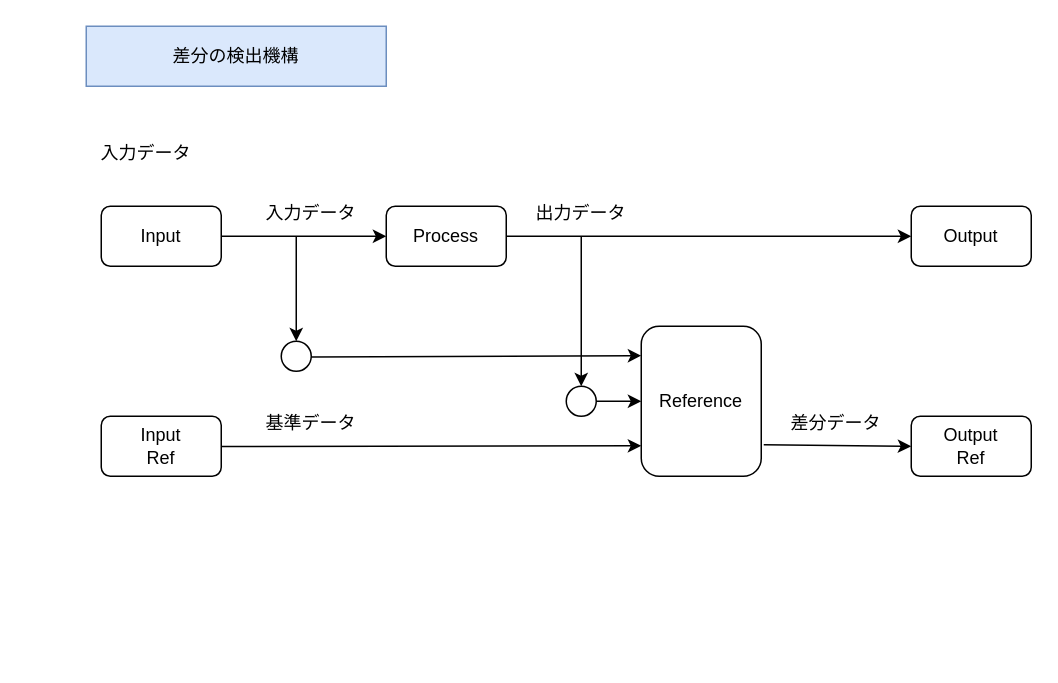
YossyIto/booklog_drowio keeps this draw.io diagram as qiita_differennce1.drawio. Above is the earlier version. Source tidied: cells renumbered, new cells numbered last; positions are measured from the earlier drawing's top-left corner, leaving out a move shared by most shapes. Both pictures are drawn from the tidied source at 150%, with x=0, y=0 at pixel (86, 26).
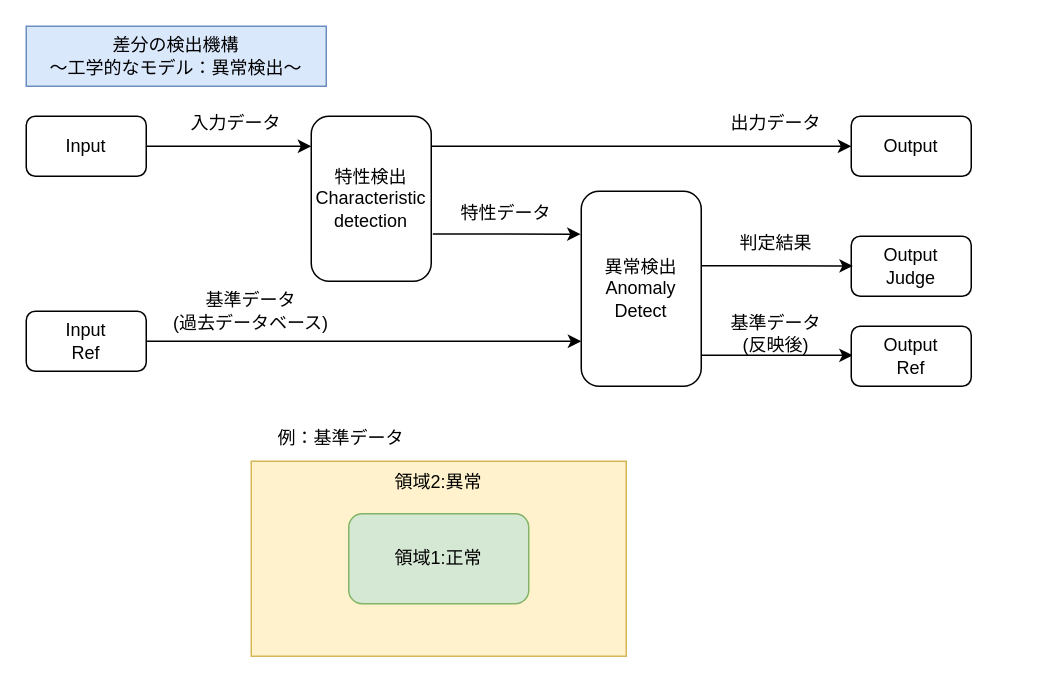
The same page after the edit.

Commit message:
qiita_differennce1.drawio を更新します

What changed in the source:
```diff
@@
-    <mxCell id="2" value="差分の検出機構" style="text;html=1;align=center;verticalAlign=middle;whiteSpace=wrap;rounded=0;fillColor=#dae8fc;strokeColor=#6c8ebf;" parent="1" vertex="1">
-      <mxGeometry width="200" height="40" as="geometry" />
+    <mxCell id="2" value="差分の検出機構&lt;div&gt;～&lt;span style=&quot;background-color: transparent; color: light-dark(rgb(0, 0, 0), rgb(255, 255, 255));&quot;&gt;工学的なモデル：異常検出～&lt;/span&gt;&lt;/div&gt;" style="text;html=1;align=center;verticalAlign=middle;whiteSpace=wrap;rounded=0;fillColor=#dae8fc;strokeColor=#6c8ebf;" parent="1" vertex="1">
+      <mxGeometry x="-40" width="200" height="40" as="geometry" />
     </mxCell>
     <mxCell id="3" value="Input" style="rounded=1;whiteSpace=wrap;html=1;" parent="1" vertex="1">
-      <mxGeometry x="10" y="120" width="80" height="40" as="geometry" />
+      <mxGeometry x="-40" y="60" width="80" height="40" as="geometry" />
     </mxCell>
     <mxCell id="4" value="Output" style="rounded=1;whiteSpace=wrap;html=1;" parent="1" vertex="1">
-      <mxGeometry x="550" y="120" width="80" height="40" as="geometry" />
+      <mxGeometry x="510" y="60" width="80" height="40" as="geometry" />
     </mxCell>
-    <mxCell id="5" value="Process" style="rounded=1;whiteSpace=wrap;html=1;" parent="1" vertex="1">
-      <mxGeometry x="200" y="120" width="80" height="40" as="geometry" />
+    <mxCell id="5" value="&lt;div&gt;特性検出&lt;/div&gt;&lt;div&gt;Characteristic detection&lt;/div&gt;" style="rounded=1;whiteSpace=wrap;html=1;" parent="1" vertex="1">
+      <mxGeometry x="150" y="60" width="80" height="110" as="geometry" />
     </mxCell>
-    <mxCell id="6" value="Reference" style="rounded=1;whiteSpace=wrap;html=1;" parent="1" vertex="1">
-      <mxGeometry x="370" y="200" width="80" height="100" as="geometry" />
+    <mxCell id="6" value="&lt;div&gt;異常検出&lt;/div&gt;Anomal&lt;span style=&quot;background-color: transparent; color: light-dark(rgb(0, 0, 0), rgb(255, 255, 255));&quot;&gt;y&lt;/span&gt;&lt;div&gt;&lt;div&gt;Detect&lt;/div&gt;&lt;/div&gt;" style="rounded=1;whiteSpace=wrap;html=1;" parent="1" vertex="1">
+      <mxGeometry x="330" y="110" width="80" height="130" as="geometry" />
     </mxCell>
-    <mxCell id="7" style="endArrow=classic;html=1;rounded=0;exitX=1;exitY=0.5;exitDx=0;exitDy=0;entryX=0;entryY=0.5;entryDx=0;entryDy=0;" parent="1" edge="1" source="3" target="5">
-      <mxGeometry relative="1" as="geometry" />
+    <mxCell id="7" style="endArrow=classic;html=1;rounded=0;exitX=1;exitY=0.5;exitDx=0;exitDy=0;" parent="1" edge="1" source="3">
+      <mxGeometry relative="1" as="geometry">
+        <mxPoint x="150" y="80" as="targetPoint" />
+      </mxGeometry>
     </mxCell>
-    <mxCell id="8" style="ellipse;whiteSpace=wrap;html=1;" parent="1" vertex="1">
-      <mxGeometry x="130" y="210" width="20" height="20" as="geometry" />
-    </mxCell>
-    <mxCell id="9" style="ellipse;whiteSpace=wrap;html=1;" parent="1" vertex="1">
-      <mxGeometry x="320" y="240" width="20" height="20" as="geometry" />
-    </mxCell>
-    <mxCell id="10" style="endArrow=classic;html=1;rounded=0;exitX=1;exitY=0.5;exitDx=0;exitDy=0;entryX=0;entryY=0.5;entryDx=0;entryDy=0;" parent="1" edge="1" source="5" target="4">
-      <mxGeometry relative="1" as="geometry" />
+    <mxCell id="10" style="endArrow=classic;html=1;rounded=0;entryX=0;entryY=0.5;entryDx=0;entryDy=0;" parent="1" edge="1" target="4">
+      <mxGeometry relative="1" as="geometry">
+        <mxPoint x="230" y="80" as="sourcePoint" />
+      </mxGeometry>
     </mxCell>
-    <mxCell id="11" style="endArrow=classic;html=1;rounded=0;entryX=0.5;entryY=0;entryDx=0;entryDy=0;" parent="1" edge="1" target="9">
-      <mxGeometry relative="1" as="geometry">
-        <mxPoint x="330" y="140" as="sourcePoint" />
-      </mxGeometry>
-    </mxCell>
-    <mxCell id="12" style="endArrow=classic;html=1;rounded=0;exitX=1;exitY=0.5;exitDx=0;exitDy=0;entryX=0;entryY=0.5;entryDx=0;entryDy=0;" parent="1" edge="1" source="9" target="6">
+    <mxCell id="12" style="endArrow=classic;html=1;rounded=0;entryX=-0.005;entryY=0.22;entryDx=0;entryDy=0;exitX=1.013;exitY=0.714;exitDx=0;exitDy=0;exitPerimeter=0;entryPerimeter=0;" parent="1" edge="1" source="5" target="6">
       <mxGeometry relative="1" as="geometry" />
     </mxCell>
-    <mxCell id="13" style="endArrow=classic;html=1;rounded=0;entryX=0.5;entryY=0;entryDx=0;entryDy=0;" parent="1" edge="1" target="8">
-      <mxGeometry relative="1" as="geometry">
-        <mxPoint x="140" y="140" as="sourcePoint" />
-      </mxGeometry>
-    </mxCell>
-    <mxCell id="14" style="endArrow=classic;html=1;rounded=0;exitX=1;exitY=0.5;exitDx=0;exitDy=0;entryX=0;entryY=0.196;entryDx=0;entryDy=0;entryPerimeter=0;" parent="1" edge="1" target="6">
-      <mxGeometry relative="1" as="geometry">
-        <mxPoint x="150" y="220.5" as="sourcePoint" />
-      </mxGeometry>
-    </mxCell>
     <mxCell id="15" value="入力データ" style="text;html=1;align=center;verticalAlign=middle;whiteSpace=wrap;rounded=0;" parent="1" vertex="1">
-      <mxGeometry x="110" y="110" width="80" height="30" as="geometry" />
+      <mxGeometry x="60" y="50" width="80" height="30" as="geometry" />
     </mxCell>
     <mxCell id="16" value="出力データ" style="text;html=1;align=center;verticalAlign=middle;whiteSpace=wrap;rounded=0;" parent="1" vertex="1">
-      <mxGeometry x="290" y="110" width="80" height="30" as="geometry" />
+      <mxGeometry x="420" y="50" width="80" height="30" as="geometry" />
     </mxCell>
-    <mxCell id="17" value="Output&lt;div&gt;Ref&lt;/div&gt;" style="rounded=1;whiteSpace=wrap;html=1;" parent="1" vertex="1">
-      <mxGeometry x="550" y="260" width="80" height="40" as="geometry" />
+    <mxCell id="17" value="Output&lt;div&gt;Judge&lt;/div&gt;" style="rounded=1;whiteSpace=wrap;html=1;" parent="1" vertex="1">
+      <mxGeometry x="510" y="140" width="80" height="40" as="geometry" />
     </mxCell>
-    <mxCell id="18" style="endArrow=classic;html=1;rounded=0;entryX=0;entryY=0.5;entryDx=0;entryDy=0;exitX=1.021;exitY=0.79;exitDx=0;exitDy=0;exitPerimeter=0;" parent="1" edge="1" source="6" target="17">
-      <mxGeometry relative="1" as="geometry" />
+    <mxCell id="18" style="endArrow=classic;html=1;rounded=0;entryX=0;entryY=0.5;entryDx=0;entryDy=0;exitX=0.986;exitY=0.299;exitDx=0;exitDy=0;exitPerimeter=0;" parent="1" edge="1">
+      <mxGeometry relative="1" as="geometry">
+        <mxPoint x="410" y="159.7" as="sourcePoint" />
+        <mxPoint x="511.1" y="159.8" as="targetPoint" />
+      </mxGeometry>
     </mxCell>
-    <mxCell id="19" value="差分データ" style="text;html=1;align=center;verticalAlign=middle;whiteSpace=wrap;rounded=0;" parent="1" vertex="1">
-      <mxGeometry x="460" y="250" width="80" height="30" as="geometry" />
+    <mxCell id="19" value="判定結果" style="text;html=1;align=center;verticalAlign=middle;whiteSpace=wrap;rounded=0;" parent="1" vertex="1">
+      <mxGeometry x="420" y="130" width="80" height="30" as="geometry" />
     </mxCell>
-    <mxCell id="20" value="入力データ" style="text;html=1;align=center;verticalAlign=middle;whiteSpace=wrap;rounded=0;" parent="1" vertex="1">
-      <mxGeometry y="70" width="80" height="30" as="geometry" />
-    </mxCell>
     <mxCell id="21" value="Input&lt;div&gt;Ref&lt;/div&gt;" style="rounded=1;whiteSpace=wrap;html=1;" parent="1" vertex="1">
-      <mxGeometry x="10" y="260" width="80" height="40" as="geometry" />
+      <mxGeometry x="-40" y="190" width="80" height="40" as="geometry" />
     </mxCell>
-    <mxCell id="22" style="endArrow=classic;html=1;rounded=0;exitX=1;exitY=0.5;exitDx=0;exitDy=0;entryX=0;entryY=0.797;entryDx=0;entryDy=0;entryPerimeter=0;" parent="1" edge="1" target="6">
+    <mxCell id="22" style="endArrow=classic;html=1;rounded=0;entryX=0;entryY=0.797;entryDx=0;entryDy=0;entryPerimeter=0;exitX=1;exitY=0.5;exitDx=0;exitDy=0;" parent="1" edge="1" source="21">
       <mxGeometry relative="1" as="geometry">
-        <mxPoint x="90" y="280.2" as="sourcePoint" />
+        <mxPoint x="330" y="210" as="targetPoint" />
       </mxGeometry>
     </mxCell>
-    <mxCell id="23" value="基準データ" style="text;html=1;align=center;verticalAlign=middle;whiteSpace=wrap;rounded=0;" parent="1" vertex="1">
-      <mxGeometry x="110" y="250" width="80" height="30" as="geometry" />
+    <mxCell id="23" value="基準データ&lt;div&gt;(過去データベース)&lt;/div&gt;" style="text;html=1;align=center;verticalAlign=middle;whiteSpace=wrap;rounded=0;" parent="1" vertex="1">
+      <mxGeometry x="50" y="170" width="120" height="40" as="geometry" />
     </mxCell>
+    <mxCell id="24" style="endArrow=classic;html=1;rounded=0;entryX=0;entryY=0.5;entryDx=0;entryDy=0;exitX=0.986;exitY=0.299;exitDx=0;exitDy=0;exitPerimeter=0;" parent="1" edge="1">
+      <mxGeometry relative="1" as="geometry">
+        <mxPoint x="410" y="219.4" as="sourcePoint" />
+        <mxPoint x="511" y="219.4" as="targetPoint" />
+      </mxGeometry>
+    </mxCell>
+    <mxCell id="25" value="Output&lt;div&gt;Ref&lt;/div&gt;" style="rounded=1;whiteSpace=wrap;html=1;" parent="1" vertex="1">
+      <mxGeometry x="510" y="200" width="80" height="40" as="geometry" />
+    </mxCell>
+    <mxCell id="26" value="基準データ&lt;div&gt;(反映後)&lt;/div&gt;" style="text;html=1;align=center;verticalAlign=middle;whiteSpace=wrap;rounded=0;" parent="1" vertex="1">
+      <mxGeometry x="420" y="190" width="80" height="30" as="geometry" />
+    </mxCell>
+    <mxCell id="27" value="領域2:異常" style="rounded=0;whiteSpace=wrap;html=1;fillColor=#fff2cc;strokeColor=#d6b656;verticalAlign=top;" parent="1" vertex="1">
+      <mxGeometry x="110" y="290" width="250" height="130" as="geometry" />
+    </mxCell>
+    <mxCell id="28" value="&lt;div&gt;領域1:&lt;span style=&quot;background-color: transparent; color: light-dark(rgb(0, 0, 0), rgb(255, 255, 255));&quot;&gt;正常&lt;/span&gt;&lt;/div&gt;" style="rounded=1;whiteSpace=wrap;html=1;fillColor=#d5e8d4;strokeColor=#82b366;" parent="1" vertex="1">
+      <mxGeometry x="175" y="325" width="120" height="60" as="geometry" />
+    </mxCell>
+    <mxCell id="29" value="例：基準データ" style="text;html=1;align=center;verticalAlign=middle;whiteSpace=wrap;rounded=0;" parent="1" vertex="1">
+      <mxGeometry x="110" y="260" width="120" height="30" as="geometry" />
+    </mxCell>
+    <mxCell id="30" value="特性データ" style="text;html=1;align=center;verticalAlign=middle;whiteSpace=wrap;rounded=0;" parent="1" vertex="1">
+      <mxGeometry x="240" y="110" width="80" height="30" as="geometry" />
+    </mxCell>
```
